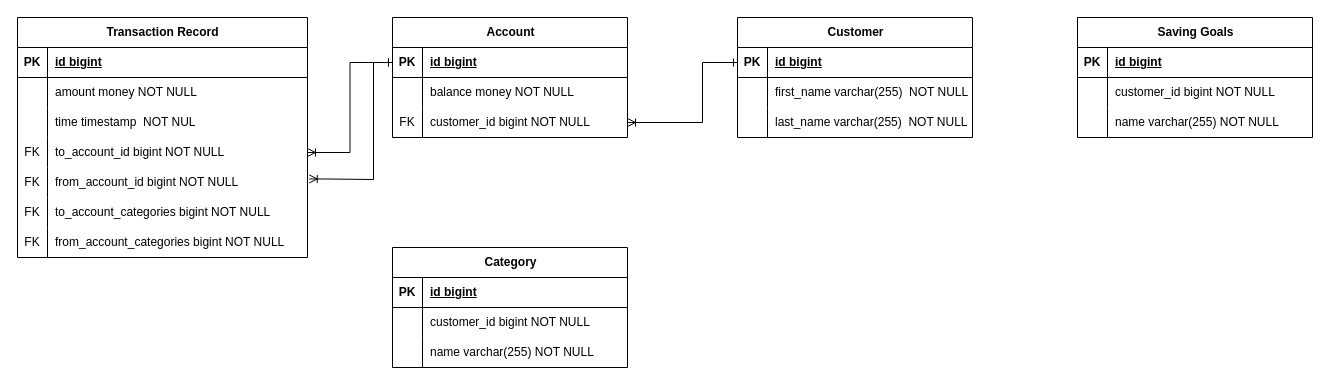
Above: Untitled Diagram.drawio in jingyuan-git/CS-Notes (draw.io), before the change. Source tidied: cells renumbered, new cells numbered last; positions are measured from the earlier drawing's top-left corner, leaving out a move shared by most shapes. Both pictures are drawn from the tidied source at 100%, with x=0, y=0 at pixel (17, 17).
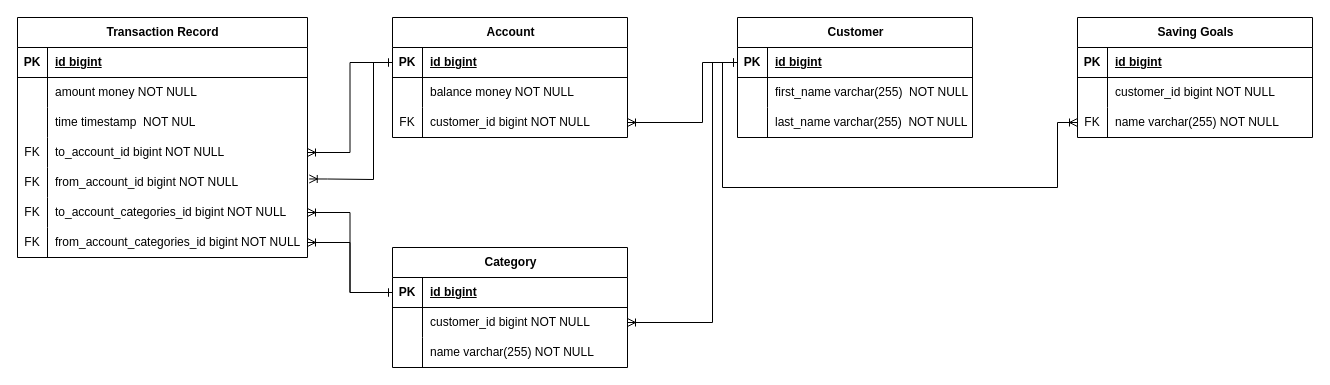
After the change.

The change refers to these unchanged cells:
```xml
<mxCell id="18" style="shape=tableRow;horizontal=0;startSize=0;swimlaneHead=0;swimlaneBody=0;fillColor=none;points=[[0,0.5],[1,0.5]];portConstraint=eastwest;top=0;left=0;right=0;bottom=0;" parent="2" vertex="1">
  <mxGeometry y="180" width="290" height="30" as="geometry" />
</mxCell>
<mxCell id="21" style="shape=tableRow;horizontal=0;startSize=0;swimlaneHead=0;swimlaneBody=0;fillColor=none;points=[[0,0.5],[1,0.5]];portConstraint=eastwest;top=0;left=0;right=0;bottom=0;" parent="2" vertex="1">
  <mxGeometry y="210" width="290" height="30" as="geometry" />
</mxCell>
<mxCell id="37" style="shape=tableRow;horizontal=0;startSize=0;swimlaneHead=0;swimlaneBody=0;fillColor=none;points=[[0,0.5],[1,0.5]];portConstraint=eastwest;top=0;left=0;right=0;bottom=1;" parent="36" vertex="1">
  <mxGeometry y="30" width="235" height="30" as="geometry" />
</mxCell>
<mxCell id="48" style="shape=tableRow;horizontal=0;startSize=0;swimlaneHead=0;swimlaneBody=0;fillColor=none;points=[[0,0.5],[1,0.5]];portConstraint=eastwest;top=0;left=0;right=0;bottom=1;" parent="47" vertex="1">
  <mxGeometry y="30" width="235" height="30" as="geometry" />
</mxCell>
<mxCell id="51" style="shape=tableRow;horizontal=0;startSize=0;swimlaneHead=0;swimlaneBody=0;fillColor=none;points=[[0,0.5],[1,0.5]];portConstraint=eastwest;top=0;left=0;right=0;bottom=0;" parent="47" vertex="1">
  <mxGeometry y="60" width="235" height="30" as="geometry" />
</mxCell>
<mxCell id="64" style="shape=tableRow;horizontal=0;startSize=0;swimlaneHead=0;swimlaneBody=0;fillColor=none;points=[[0,0.5],[1,0.5]];portConstraint=eastwest;top=0;left=0;right=0;bottom=0;" parent="57" vertex="1">
  <mxGeometry y="90" width="235" height="30" as="geometry" />
</mxCell>
```

Change to the diagram source:
```diff
@@
-    <mxCell id="20" value="to_account_categories bigint NOT NULL" style="shape=partialRectangle;fillColor=none;top=0;left=0;bottom=0;right=0;align=left;spacingLeft=6;overflow=hidden;whiteSpace=wrap;html=1;" parent="18" vertex="1">
+    <mxCell id="20" value="to_account_categories_id bigint NOT NULL" style="shape=partialRectangle;fillColor=none;top=0;left=0;bottom=0;right=0;align=left;spacingLeft=6;overflow=hidden;whiteSpace=wrap;html=1;" parent="18" vertex="1">
       <mxGeometry x="30" width="260" height="30" as="geometry" />
     </mxCell>
@@
-    <mxCell id="23" value="from_account_categories bigint NOT NULL" style="shape=partialRectangle;fillColor=none;top=0;left=0;bottom=0;right=0;align=left;spacingLeft=6;overflow=hidden;whiteSpace=wrap;html=1;" parent="21" vertex="1">
+    <mxCell id="23" value="from_account_categories_id&amp;nbsp;bigint NOT NULL" style="shape=partialRectangle;fillColor=none;top=0;left=0;bottom=0;right=0;align=left;spacingLeft=6;overflow=hidden;whiteSpace=wrap;html=1;" parent="21" vertex="1">
       <mxGeometry x="30" width="260" height="30" as="geometry" />
     </mxCell>
@@
-    <mxCell id="65" style="shape=partialRectangle;fillColor=none;top=0;left=0;bottom=0;right=0;overflow=hidden;whiteSpace=wrap;html=1;" parent="64" vertex="1">
+    <mxCell id="65" value="FK" style="shape=partialRectangle;fillColor=none;top=0;left=0;bottom=0;right=0;overflow=hidden;whiteSpace=wrap;html=1;" parent="64" vertex="1">
       <mxGeometry width="30" height="30" as="geometry" />
     </mxCell>
@@
+    <mxCell id="67" style="edgeStyle=orthogonalEdgeStyle;rounded=0;jettySize=auto;html=1;entryX=0;entryY=0.5;entryDx=0;entryDy=0;startArrow=ERoneToMany;startFill=0;endArrow=ERone;endFill=0;exitX=1;exitY=0.5;exitDx=0;exitDy=0;" parent="1" edge="1" source="51" target="37">
+      <mxGeometry relative="1" as="geometry">
+        <Array as="points">
+          <mxPoint x="695" y="305" />
+          <mxPoint x="695" y="45" />
+        </Array>
+      </mxGeometry>
+    </mxCell>
+    <mxCell id="68" style="edgeStyle=orthogonalEdgeStyle;rounded=0;jettySize=auto;html=1;startArrow=ERoneToMany;startFill=0;endArrow=ERone;endFill=0;exitX=0;exitY=0.5;exitDx=0;exitDy=0;entryX=0;entryY=0.5;entryDx=0;entryDy=0;" parent="1" edge="1" source="64" target="37">
+      <mxGeometry relative="1" as="geometry">
+        <Array as="points">
+          <mxPoint x="1040" y="105" />
+          <mxPoint x="1040" y="170" />
+          <mxPoint x="705" y="170" />
+          <mxPoint x="705" y="45" />
+        </Array>
+      </mxGeometry>
+    </mxCell>
+    <mxCell id="69" style="edgeStyle=orthogonalEdgeStyle;rounded=0;jettySize=auto;html=1;entryX=0;entryY=0.5;entryDx=0;entryDy=0;startArrow=ERoneToMany;startFill=0;endArrow=ERone;endFill=0;exitX=1;exitY=0.5;exitDx=0;exitDy=0;" parent="1" edge="1" source="18" target="48">
+      <mxGeometry relative="1" as="geometry" />
+    </mxCell>
+    <mxCell id="70" style="edgeStyle=orthogonalEdgeStyle;rounded=0;jettySize=auto;html=1;entryX=0;entryY=0.5;entryDx=0;entryDy=0;startArrow=ERoneToMany;startFill=0;endArrow=ERone;endFill=0;exitX=1;exitY=0.5;exitDx=0;exitDy=0;" parent="1" edge="1" source="21" target="48">
+      <mxGeometry relative="1" as="geometry" />
+    </mxCell>
```
